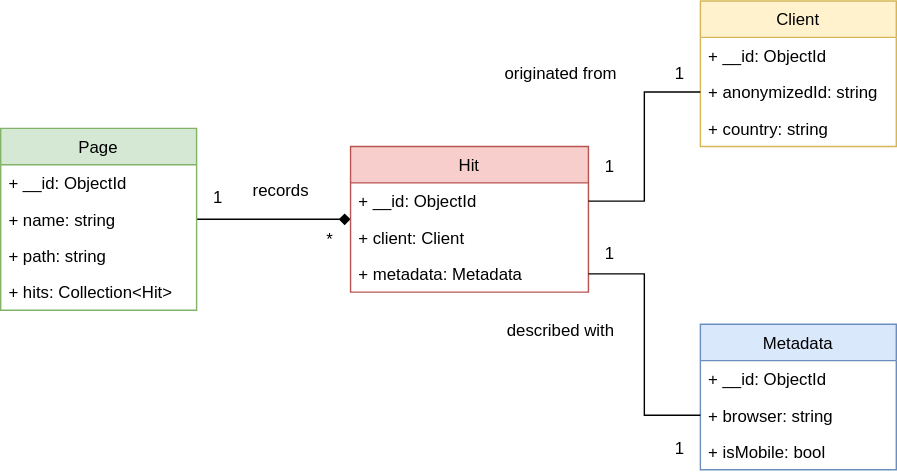
Above: src/data-model.drawio.svg in nolytics/mongo (draw.io), before the change. Source tidied: cells renumbered, new cells last; positions are measured from the earlier drawing's top-left corner, leaving out a move shared by most shapes.
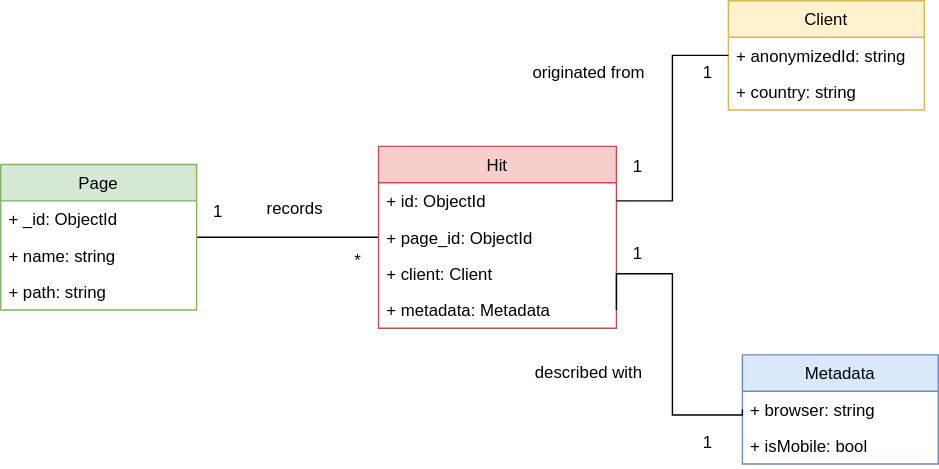
The same file after the commit.

Commit message:
remove page > hit composition reference page in hit collection

The edit, as a diff of the source:
```diff
@@ -2,13 +2,13 @@
   <root>
     <mxCell id="0" />
     <mxCell id="1" parent="0" />
-    <mxCell id="2" style="edgeStyle=orthogonalEdgeStyle;rounded=0;jettySize=auto;html=1;endArrow=diamond;endFill=1;" parent="1" edge="1" source="3" target="8">
+    <mxCell id="2" style="edgeStyle=orthogonalEdgeStyle;rounded=0;jettySize=auto;html=1;endArrow=none;endFill=0;" parent="1" edge="1" source="3" target="8">
       <mxGeometry relative="1" as="geometry" />
     </mxCell>
     <mxCell id="3" value="Page" style="swimlane;fontStyle=0;horizontal=1;startSize=26;fillColor=#d5e8d4;strokeColor=#82b366;" parent="1" vertex="1">
-      <mxGeometry y="91" width="140" height="130" as="geometry" />
+      <mxGeometry x="-20" y="117" width="140" height="104" as="geometry" />
     </mxCell>
-    <mxCell id="4" value="+ __id: ObjectId" style="text;strokeColor=none;fillColor=none;align=left;verticalAlign=top;spacingLeft=4;spacingRight=4;overflow=hidden;" parent="3" vertex="1">
+    <mxCell id="4" value="+ _id: ObjectId" style="text;strokeColor=none;fillColor=none;align=left;verticalAlign=top;spacingLeft=4;spacingRight=4;overflow=hidden;" parent="3" vertex="1">
       <mxGeometry y="26" width="140" height="26" as="geometry" />
     </mxCell>
     <mxCell id="5" value="+ name: string" style="text;strokeColor=none;fillColor=none;align=left;verticalAlign=top;spacingLeft=4;spacingRight=4;overflow=hidden;" parent="3" vertex="1">
@@ -17,50 +17,44 @@
     <mxCell id="6" value="+ path: string" style="text;strokeColor=none;fillColor=none;align=left;verticalAlign=top;spacingLeft=4;spacingRight=4;overflow=hidden;" parent="3" vertex="1">
       <mxGeometry y="78" width="140" height="26" as="geometry" />
     </mxCell>
-    <mxCell id="7" value="+ hits: Collection&lt;Hit&gt;" style="text;strokeColor=none;fillColor=none;align=left;verticalAlign=top;spacingLeft=4;spacingRight=4;overflow=hidden;" parent="3" vertex="1">
-      <mxGeometry y="104" width="140" height="26" as="geometry" />
-    </mxCell>
     <mxCell id="8" value="Hit" style="swimlane;fontStyle=0;horizontal=1;startSize=26;fillColor=#f8cecc;strokeColor=#b85450;" parent="1" vertex="1">
-      <mxGeometry x="250" y="104" width="170" height="104" as="geometry" />
+      <mxGeometry x="250" y="104" width="170" height="130" as="geometry" />
     </mxCell>
-    <mxCell id="9" value="+ __id: ObjectId" style="text;strokeColor=none;fillColor=none;align=left;verticalAlign=top;spacingLeft=4;spacingRight=4;overflow=hidden;points=[[0,0.5],[1,0.5]];portConstraint=eastwest;" parent="8" vertex="1">
+    <mxCell id="9" value="+ id: ObjectId" style="text;strokeColor=none;fillColor=none;align=left;verticalAlign=top;spacingLeft=4;spacingRight=4;overflow=hidden;points=[[0,0.5],[1,0.5]];portConstraint=eastwest;" parent="8" vertex="1">
       <mxGeometry y="26" width="170" height="26" as="geometry" />
     </mxCell>
+    <mxCell id="31" value="+ page_id: ObjectId" style="text;strokeColor=none;fillColor=none;align=left;verticalAlign=top;spacingLeft=4;spacingRight=4;overflow=hidden;" parent="8" vertex="1">
+      <mxGeometry y="52" width="170" height="26" as="geometry" />
+    </mxCell>
     <mxCell id="10" value="+ client: Client" style="text;strokeColor=none;fillColor=none;align=left;verticalAlign=top;spacingLeft=4;spacingRight=4;overflow=hidden;" parent="8" vertex="1">
-      <mxGeometry y="52" width="170" height="26" as="geometry" />
+      <mxGeometry y="78" width="170" height="26" as="geometry" />
     </mxCell>
     <mxCell id="11" value="+ metadata: Metadata" style="text;strokeColor=none;fillColor=none;align=left;verticalAlign=top;spacingLeft=4;spacingRight=4;overflow=hidden;points=[[0,0.5],[1,0.5]];portConstraint=eastwest;" parent="8" vertex="1">
-      <mxGeometry y="78" width="170" height="26" as="geometry" />
+      <mxGeometry y="104" width="170" height="26" as="geometry" />
     </mxCell>
     <mxCell id="12" value="Metadata" style="swimlane;fontStyle=0;horizontal=1;startSize=26;fillColor=#dae8fc;strokeColor=#6c8ebf;" parent="1" vertex="1">
-      <mxGeometry x="500" y="231" width="140" height="104" as="geometry" />
+      <mxGeometry x="510" y="253" width="140" height="78" as="geometry" />
     </mxCell>
-    <mxCell id="13" value="+ __id: ObjectId" style="text;strokeColor=none;fillColor=none;align=left;verticalAlign=top;spacingLeft=4;spacingRight=4;overflow=hidden;" parent="12" vertex="1">
-      <mxGeometry y="26" width="140" height="26" as="geometry" />
-    </mxCell>
     <mxCell id="14" value="+ browser: string" style="text;strokeColor=none;fillColor=none;align=left;verticalAlign=top;spacingLeft=4;spacingRight=4;overflow=hidden;points=[[0,0.5],[1,0.5]];portConstraint=eastwest;" parent="12" vertex="1">
-      <mxGeometry y="52" width="140" height="26" as="geometry" />
+      <mxGeometry y="26" width="140" height="26" as="geometry" />
     </mxCell>
     <mxCell id="15" value="+ isMobile: bool" style="text;strokeColor=none;fillColor=none;align=left;verticalAlign=top;spacingLeft=4;spacingRight=4;overflow=hidden;" parent="12" vertex="1">
-      <mxGeometry y="78" width="140" height="26" as="geometry" />
+      <mxGeometry y="52" width="140" height="26" as="geometry" />
     </mxCell>
     <mxCell id="16" value="Client" style="swimlane;fontStyle=0;horizontal=1;startSize=26;fillColor=#fff2cc;strokeColor=#d6b656;" parent="1" vertex="1">
-      <mxGeometry x="500" width="140" height="104" as="geometry" />
+      <mxGeometry x="500" width="140" height="78" as="geometry" />
     </mxCell>
-    <mxCell id="17" value="+ __id: ObjectId" style="text;strokeColor=none;fillColor=none;align=left;verticalAlign=top;spacingLeft=4;spacingRight=4;overflow=hidden;" parent="16" vertex="1">
-      <mxGeometry y="26" width="140" height="26" as="geometry" />
-    </mxCell>
     <mxCell id="18" value="+ anonymizedId: string" style="text;strokeColor=none;fillColor=none;align=left;verticalAlign=top;spacingLeft=4;spacingRight=4;overflow=hidden;points=[[0,0.5],[1,0.5]];portConstraint=eastwest;" parent="16" vertex="1">
-      <mxGeometry y="52" width="140" height="26" as="geometry" />
+      <mxGeometry y="26" width="140" height="26" as="geometry" />
     </mxCell>
     <mxCell id="19" value="+ country: string" style="text;strokeColor=none;fillColor=none;align=left;verticalAlign=top;spacingLeft=4;spacingRight=4;overflow=hidden;" parent="16" vertex="1">
-      <mxGeometry y="78" width="140" height="26" as="geometry" />
+      <mxGeometry y="52" width="140" height="26" as="geometry" />
     </mxCell>
     <mxCell id="20" value="1" style="text;html=1;align=center;verticalAlign=middle;strokeColor=none;fillColor=none;" parent="1" vertex="1">
-      <mxGeometry x="140" y="126" width="30" height="30" as="geometry" />
+      <mxGeometry x="120" y="136" width="30" height="30" as="geometry" />
     </mxCell>
     <mxCell id="21" value="*" style="text;html=1;align=center;verticalAlign=middle;strokeColor=none;fillColor=none;" parent="1" vertex="1">
-      <mxGeometry x="220" y="156" width="30" height="30" as="geometry" />
+      <mxGeometry x="220" y="171" width="30" height="30" as="geometry" />
     </mxCell>
     <mxCell id="22" style="edgeStyle=orthogonalEdgeStyle;rounded=0;jettySize=auto;html=1;entryX=0;entryY=0.5;entryDx=0;entryDy=0;endArrow=none;endFill=0;" parent="1" edge="1" source="9" target="18">
       <mxGeometry relative="1" as="geometry" />
@@ -77,7 +71,7 @@
       <mxGeometry x="420" y="166" width="30" height="30" as="geometry" />
     </mxCell>
     <mxCell id="25" value="1" style="text;html=1;align=center;verticalAlign=middle;strokeColor=none;fillColor=none;" parent="1" vertex="1">
-      <mxGeometry x="470" y="305" width="30" height="30" as="geometry" />
+      <mxGeometry x="470" y="301" width="30" height="30" as="geometry" />
     </mxCell>
     <mxCell id="26" value="1" style="text;html=1;align=center;verticalAlign=middle;strokeColor=none;fillColor=none;" parent="1" vertex="1">
       <mxGeometry x="420" y="104" width="30" height="30" as="geometry" />
@@ -86,13 +80,13 @@
       <mxGeometry x="470" y="37" width="30" height="30" as="geometry" />
     </mxCell>
     <mxCell id="28" value="records" style="text;html=1;align=center;verticalAlign=middle;strokeColor=none;fillColor=none;" parent="1" vertex="1">
-      <mxGeometry x="170" y="121" width="60" height="30" as="geometry" />
+      <mxGeometry x="160" y="134" width="60" height="30" as="geometry" />
     </mxCell>
     <mxCell id="29" value="originated from" style="text;html=1;align=center;verticalAlign=middle;strokeColor=none;fillColor=none;" parent="1" vertex="1">
       <mxGeometry x="350" y="37" width="100" height="30" as="geometry" />
     </mxCell>
     <mxCell id="30" value="described with" style="text;html=1;align=center;verticalAlign=middle;strokeColor=none;fillColor=none;" parent="1" vertex="1">
-      <mxGeometry x="350" y="221" width="100" height="30" as="geometry" />
+      <mxGeometry x="350" y="251" width="100" height="30" as="geometry" />
     </mxCell>
   </root>
 </mxGraphModel>
```
